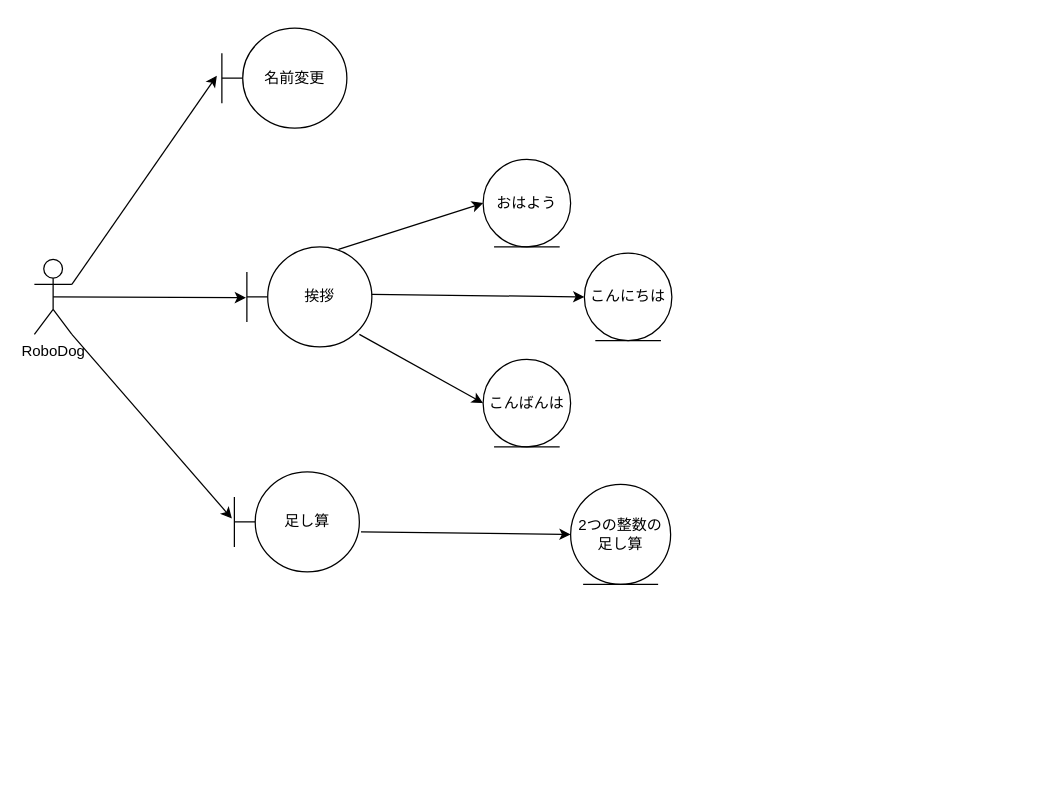
Before: group/06_robo_dog_3/ロバストネス図/robustness.drawio in ko246/ohara_uml, a draw.io diagram. Source tidied: cells renumbered, new cells numbered last; positions are measured from the earlier drawing's top-left corner, leaving out a move shared by most shapes. Both pictures are drawn from the tidied source at 125%, with x=0, y=0 at pixel (34, 28).
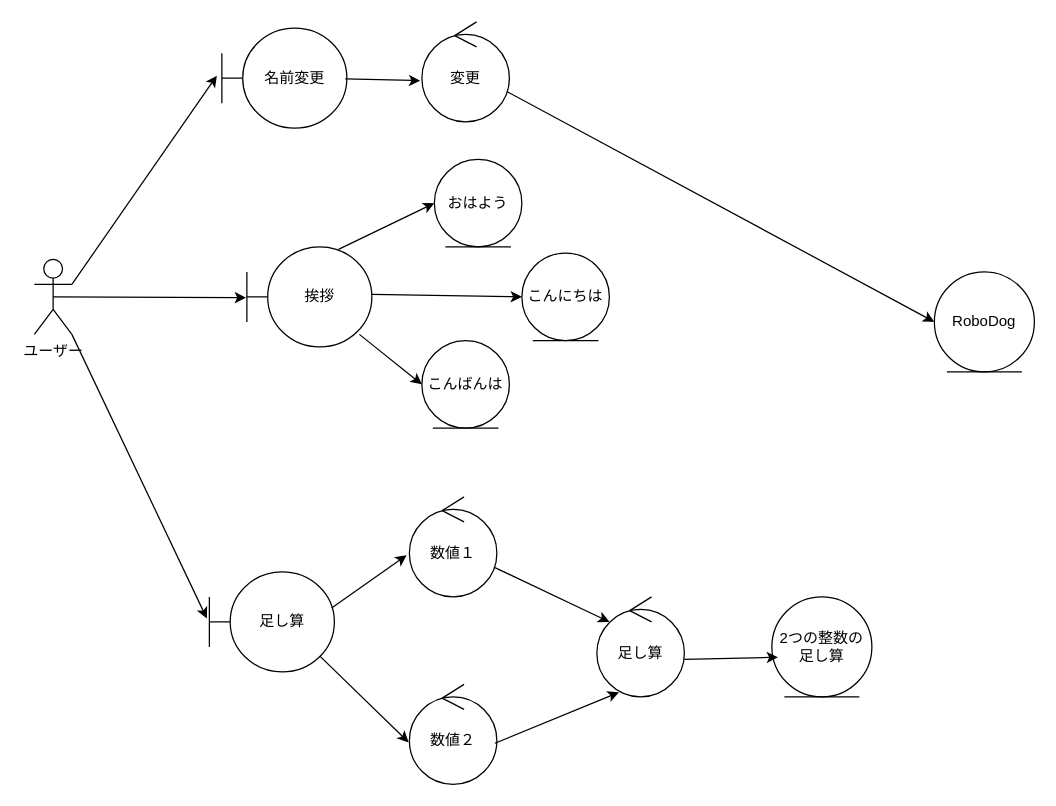
After the change.

The change refers to these unchanged cells:
```xml
<mxCell id="3" value="名前変更" style="shape=umlBoundary;whiteSpace=wrap;html=1;" parent="1" vertex="1">
  <mxGeometry x="150" width="100" height="80" as="geometry" />
</mxCell>
```

Change to the diagram source:
```diff
@@
-    <mxCell id="2" value="RoboDog" style="shape=umlActor;verticalLabelPosition=bottom;verticalAlign=top;html=1;" parent="1" vertex="1">
+    <mxCell id="2" value="ユーザー" style="shape=umlActor;verticalLabelPosition=bottom;verticalAlign=top;html=1;" parent="1" vertex="1">
       <mxGeometry y="185" width="30" height="60" as="geometry" />
     </mxCell>
@@
     <mxCell id="5" value="足し算" style="shape=umlBoundary;whiteSpace=wrap;html=1;" parent="1" vertex="1">
-      <mxGeometry x="160" y="355" width="100" height="80" as="geometry" />
+      <mxGeometry x="140" y="435" width="100" height="80" as="geometry" />
     </mxCell>
@@
     <mxCell id="9" value="おはよう" style="ellipse;shape=umlEntity;whiteSpace=wrap;html=1;" parent="1" vertex="1">
-      <mxGeometry x="359" y="105" width="70" height="70" as="geometry" />
+      <mxGeometry x="320" y="105" width="70" height="70" as="geometry" />
     </mxCell>
@@
     <mxCell id="11" value="こんにちは" style="ellipse;shape=umlEntity;whiteSpace=wrap;html=1;" parent="1" vertex="1">
-      <mxGeometry x="440" y="180" width="70" height="70" as="geometry" />
+      <mxGeometry x="390" y="180" width="70" height="70" as="geometry" />
     </mxCell>
     <mxCell id="12" value="こんばんは" style="ellipse;shape=umlEntity;whiteSpace=wrap;html=1;" parent="1" vertex="1">
-      <mxGeometry x="359" y="265" width="70" height="70" as="geometry" />
+      <mxGeometry x="310" y="250" width="70" height="70" as="geometry" />
     </mxCell>
@@
     <mxCell id="15" value="2つの整数の足し算" style="ellipse;shape=umlEntity;whiteSpace=wrap;html=1;" parent="1" vertex="1">
-      <mxGeometry x="429" y="365" width="80" height="80" as="geometry" />
+      <mxGeometry x="590" y="455" width="80" height="80" as="geometry" />
     </mxCell>
-    <mxCell id="16" style="endArrow=classic;html=1;exitX=1.013;exitY=0.6;exitDx=0;exitDy=0;exitPerimeter=0;entryX=0;entryY=0.5;entryDx=0;entryDy=0;" parent="1" edge="1" source="5" target="15">
+    <mxCell id="16" style="endArrow=classic;html=1;exitX=1;exitY=0.625;exitDx=0;exitDy=0;exitPerimeter=0;entryX=0.061;entryY=0.603;entryDx=0;entryDy=0;entryPerimeter=0;" parent="1" edge="1" source="21" target="15">
       <mxGeometry relative="1" as="geometry" />
     </mxCell>
+    <mxCell id="17" value="変更" style="ellipse;shape=umlControl;whiteSpace=wrap;html=1;" parent="1" vertex="1">
+      <mxGeometry x="310" y="-5" width="70" height="80" as="geometry" />
+    </mxCell>
+    <mxCell id="18" value="RoboDog" style="ellipse;shape=umlEntity;whiteSpace=wrap;html=1;" parent="1" vertex="1">
+      <mxGeometry x="720" y="195" width="80" height="80" as="geometry" />
+    </mxCell>
+    <mxCell id="19" style="endArrow=classic;html=1;entryX=-0.019;entryY=0.588;entryDx=0;entryDy=0;exitX=0.987;exitY=0.508;exitDx=0;exitDy=0;exitPerimeter=0;entryPerimeter=0;" parent="1" edge="1" source="3" target="17">
+      <mxGeometry relative="1" as="geometry" />
+    </mxCell>
+    <mxCell id="20" style="endArrow=classic;html=1;exitX=0.971;exitY=0.696;exitDx=0;exitDy=0;exitPerimeter=0;entryX=0;entryY=0.5;entryDx=0;entryDy=0;" parent="1" edge="1" source="17" target="18">
+      <mxGeometry relative="1" as="geometry" />
+    </mxCell>
+    <mxCell id="21" value="足し算" style="ellipse;shape=umlControl;whiteSpace=wrap;html=1;" parent="1" vertex="1">
+      <mxGeometry x="450" y="455" width="70" height="80" as="geometry" />
+    </mxCell>
+    <mxCell id="22" value="数値１" style="ellipse;shape=umlControl;whiteSpace=wrap;html=1;" parent="1" vertex="1">
+      <mxGeometry x="300" y="375" width="70" height="80" as="geometry" />
+    </mxCell>
+    <mxCell id="23" value="数値２" style="ellipse;shape=umlControl;whiteSpace=wrap;html=1;" parent="1" vertex="1">
+      <mxGeometry x="300" y="525" width="70" height="80" as="geometry" />
+    </mxCell>
+    <mxCell id="24" style="endArrow=classic;html=1;exitX=0.978;exitY=0.361;exitDx=0;exitDy=0;exitPerimeter=0;entryX=-0.031;entryY=0.584;entryDx=0;entryDy=0;entryPerimeter=0;" parent="1" edge="1" source="5" target="22">
+      <mxGeometry relative="1" as="geometry" />
+    </mxCell>
+    <mxCell id="25" style="endArrow=classic;html=1;exitX=0.884;exitY=0.842;exitDx=0;exitDy=0;exitPerimeter=0;entryX=-0.009;entryY=0.579;entryDx=0;entryDy=0;entryPerimeter=0;" parent="1" edge="1" source="5" target="23">
+      <mxGeometry relative="1" as="geometry" />
+    </mxCell>
+    <mxCell id="26" style="endArrow=classic;html=1;exitX=0.966;exitY=0.702;exitDx=0;exitDy=0;exitPerimeter=0;entryX=0.143;entryY=0.25;entryDx=0;entryDy=0;entryPerimeter=0;" parent="1" edge="1" source="22" target="21">
+      <mxGeometry relative="1" as="geometry" />
+    </mxCell>
+    <mxCell id="27" style="endArrow=classic;html=1;exitX=0.977;exitY=0.589;exitDx=0;exitDy=0;exitPerimeter=0;entryX=0.252;entryY=0.954;entryDx=0;entryDy=0;entryPerimeter=0;" parent="1" edge="1" source="23" target="21">
+      <mxGeometry relative="1" as="geometry" />
+    </mxCell>
```
